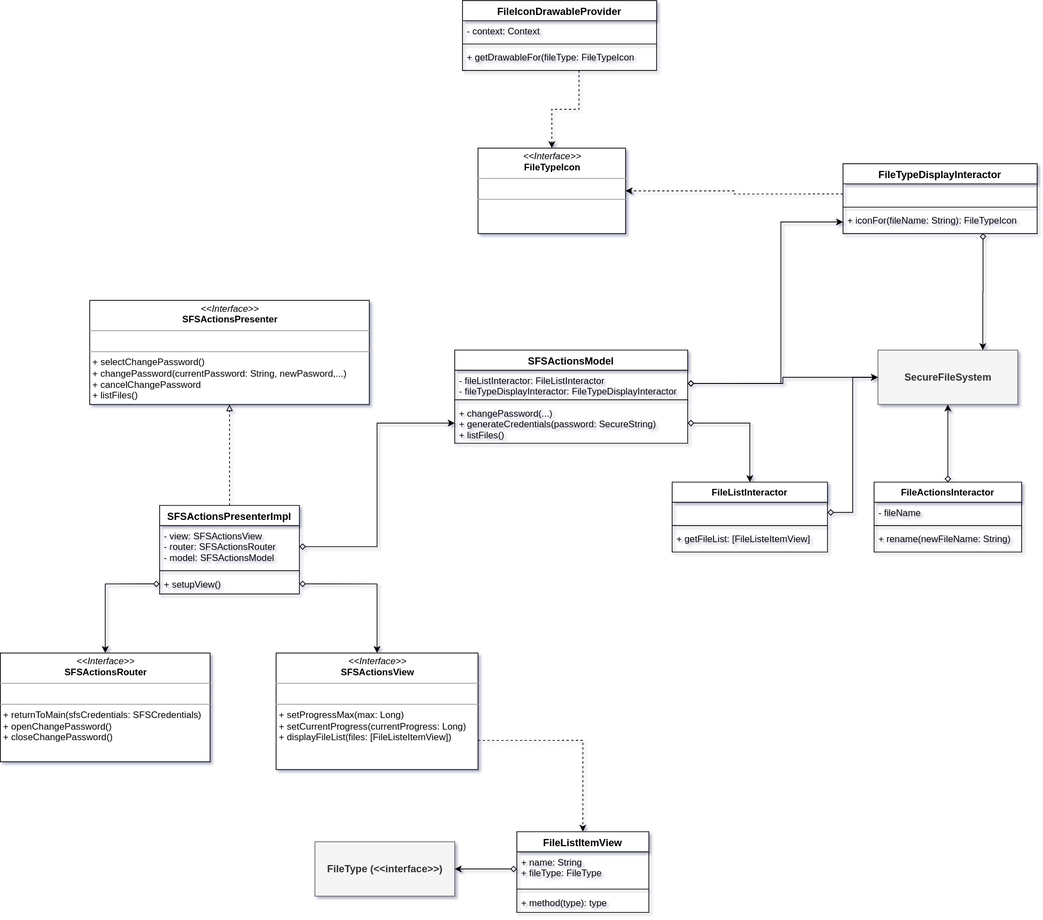
Earlier version of the draw.io export documentation/resource/SFS-File Explorer Participants.svg (kevinvandenbreemen/android-file-vault). Source tidied: cells renumbered, new cells last; positions are measured from the earlier drawing's top-left corner, leaving out a move shared by most shapes.
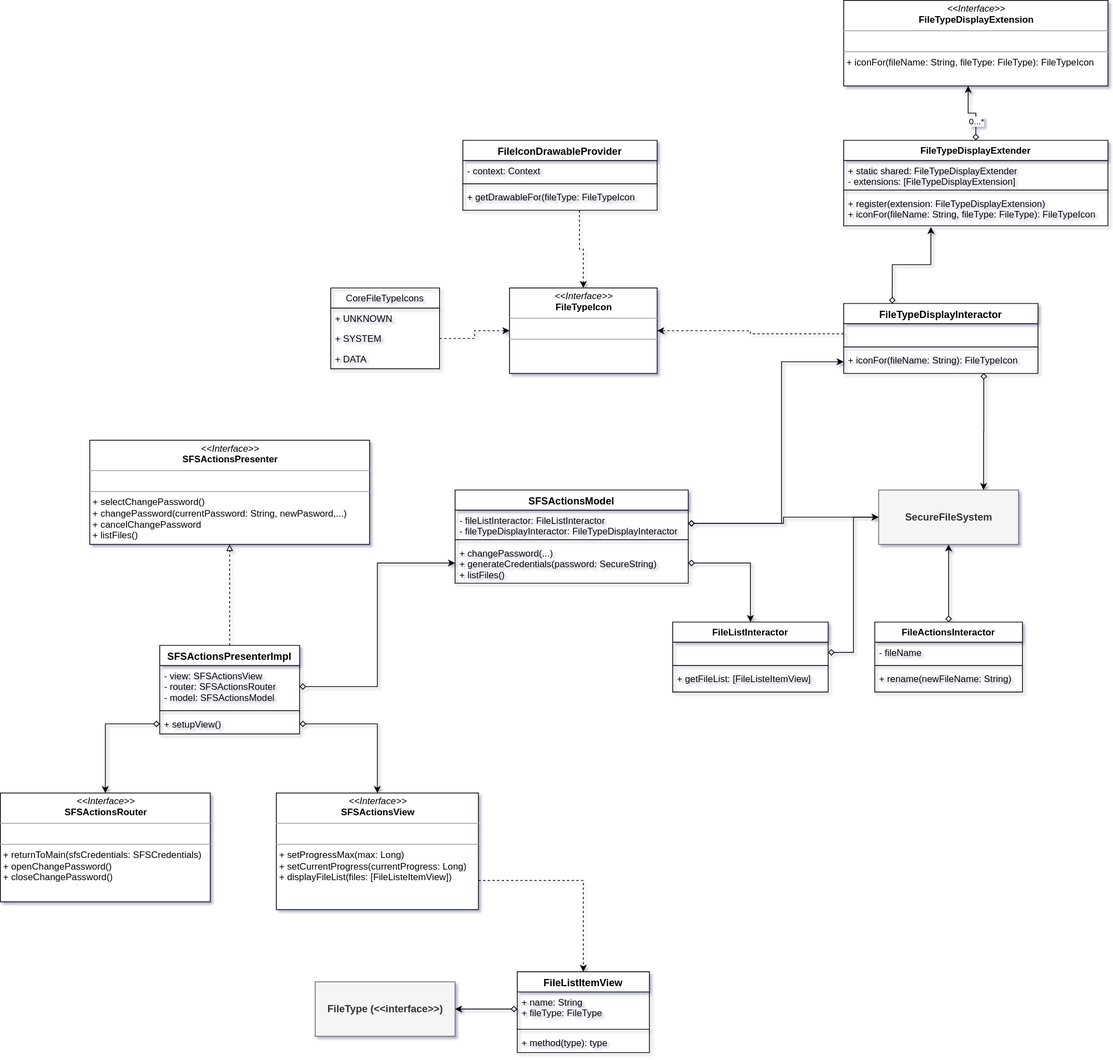
Later version of the same file.

Change to the diagram source:
```diff
@@ -96,7 +96,7 @@
       <mxGeometry relative="1" as="geometry" />
     </mxCell>
     <mxCell id="33" value="&lt;p style=&quot;margin: 0px ; margin-top: 4px ; text-align: center&quot;&gt;&lt;i&gt;&amp;lt;&amp;lt;Interface&amp;gt;&amp;gt;&lt;/i&gt;&lt;br&gt;&lt;b&gt;FileTypeIcon&lt;/b&gt;&lt;/p&gt;&lt;hr size=&quot;1&quot;&gt;&lt;p style=&quot;margin: 0px ; margin-left: 4px&quot;&gt;&lt;br&gt;&lt;/p&gt;&lt;hr size=&quot;1&quot;&gt;&lt;p style=&quot;margin: 0px ; margin-left: 4px&quot;&gt;&lt;br&gt;&lt;/p&gt;" style="verticalAlign=top;align=left;overflow=fill;fontSize=12;fontFamily=Helvetica;html=1;" parent="1" vertex="1">
-      <mxGeometry x="615" y="190" width="190" height="110" as="geometry" />
+      <mxGeometry x="655" y="190" width="190" height="110" as="geometry" />
     </mxCell>
     <mxCell id="34" style="edgeStyle=orthogonalEdgeStyle;rounded=0;jettySize=auto;html=1;exitX=0;exitY=0.5;exitDx=0;exitDy=0;entryX=1;entryY=0.5;entryDx=0;entryDy=0;dashed=1;startArrow=none;startFill=0;endArrow=classic;endFill=1;fontSize=13;" parent="1" edge="1" source="42" target="33">
       <mxGeometry relative="1" as="geometry" />
@@ -119,6 +119,14 @@
     <mxCell id="40" style="edgeStyle=orthogonalEdgeStyle;rounded=0;jettySize=auto;html=1;exitX=0.721;exitY=0.987;exitDx=0;exitDy=0;entryX=0.75;entryY=0;entryDx=0;entryDy=0;startArrow=diamond;startFill=0;endArrow=classic;endFill=1;fontSize=13;exitPerimeter=0;" parent="1" edge="1" source="44" target="3">
       <mxGeometry relative="1" as="geometry" />
     </mxCell>
+    <mxCell id="50" style="edgeStyle=orthogonalEdgeStyle;rounded=0;jettySize=auto;html=1;exitX=0.25;exitY=0;exitDx=0;exitDy=0;entryX=0.33;entryY=1.038;entryDx=0;entryDy=0;entryPerimeter=0;startArrow=diamond;startFill=0;" parent="1" edge="1" source="41" target="62">
+      <mxGeometry relative="1" as="geometry">
+        <Array as="points">
+          <mxPoint x="1147" y="160" />
+          <mxPoint x="1197" y="160" />
+        </Array>
+      </mxGeometry>
+    </mxCell>
     <mxCell id="41" value="FileTypeDisplayInteractor" style="swimlane;fontStyle=1;align=center;verticalAlign=top;horizontal=1;startSize=26;fontSize=13;" parent="1" vertex="1">
       <mxGeometry x="1085" y="210" width="250" height="90" as="geometry" />
     </mxCell>
@@ -151,5 +159,41 @@
     <mxCell id="49" value="+ changePassword(...)&#10;+ generateCredentials(password: SecureString)&#10;+ listFiles()" style="text;strokeColor=none;fillColor=none;align=left;verticalAlign=top;spacingLeft=4;spacingRight=4;overflow=hidden;points=[[0,0.5],[1,0.5]];portConstraint=eastwest;" parent="46" vertex="1">
       <mxGeometry y="68" width="300" height="52" as="geometry" />
     </mxCell>
+    <mxCell id="51" style="edgeStyle=orthogonalEdgeStyle;rounded=0;jettySize=auto;html=1;exitX=1;exitY=0.5;exitDx=0;exitDy=0;entryX=0;entryY=0.5;entryDx=0;entryDy=0;dashed=1;" parent="1" edge="1" source="54" target="33">
+      <mxGeometry relative="1" as="geometry" />
+    </mxCell>
+    <mxCell id="52" value="CoreFileTypeIcons" style="swimlane;fontStyle=0;horizontal=1;startSize=26;fillColor=none;" parent="1" vertex="1">
+      <mxGeometry x="425" y="190" width="140" height="104" as="geometry" />
+    </mxCell>
+    <mxCell id="53" value="+ UNKNOWN" style="text;strokeColor=none;fillColor=none;align=left;verticalAlign=top;spacingLeft=4;spacingRight=4;overflow=hidden;" parent="52" vertex="1">
+      <mxGeometry y="26" width="140" height="26" as="geometry" />
+    </mxCell>
+    <mxCell id="54" value="+ SYSTEM" style="text;strokeColor=none;fillColor=none;align=left;verticalAlign=top;spacingLeft=4;spacingRight=4;overflow=hidden;points=[[0,0.5],[1,0.5]];portConstraint=eastwest;" parent="52" vertex="1">
+      <mxGeometry y="52" width="140" height="26" as="geometry" />
+    </mxCell>
+    <mxCell id="55" value="+ DATA" style="text;strokeColor=none;fillColor=none;align=left;verticalAlign=top;spacingLeft=4;spacingRight=4;overflow=hidden;" parent="52" vertex="1">
+      <mxGeometry y="78" width="140" height="26" as="geometry" />
+    </mxCell>
+    <mxCell id="56" style="edgeStyle=orthogonalEdgeStyle;rounded=0;jettySize=auto;html=1;exitX=0.5;exitY=0;exitDx=0;exitDy=0;entryX=0.471;entryY=1;entryDx=0;entryDy=0;entryPerimeter=0;startArrow=diamond;startFill=0;" parent="1" edge="1" source="59" target="58">
+      <mxGeometry relative="1" as="geometry" />
+    </mxCell>
+    <mxCell id="57" value="0...*" style="edgeLabel;html=1;align=center;verticalAlign=middle;" parent="56" vertex="1">
+      <mxGeometry x="-0.39" relative="1" as="geometry" />
+    </mxCell>
+    <mxCell id="58" value="&lt;p style=&quot;margin: 0px ; margin-top: 4px ; text-align: center&quot;&gt;&lt;i&gt;&amp;lt;&amp;lt;Interface&amp;gt;&amp;gt;&lt;/i&gt;&lt;br&gt;&lt;b&gt;FileTypeDisplayExtension&lt;/b&gt;&lt;/p&gt;&lt;hr size=&quot;1&quot;&gt;&lt;p style=&quot;margin: 0px ; margin-left: 4px&quot;&gt;&lt;br&gt;&lt;/p&gt;&lt;hr size=&quot;1&quot;&gt;&lt;p style=&quot;margin: 0px ; margin-left: 4px&quot;&gt;+ iconFor(fileName: String, fileType: FileType): FileTypeIcon&lt;/p&gt;" style="verticalAlign=top;align=left;overflow=fill;fontSize=12;fontFamily=Helvetica;html=1;" parent="1" vertex="1">
+      <mxGeometry x="1085" y="-180" width="340" height="110" as="geometry" />
+    </mxCell>
+    <mxCell id="59" value="FileTypeDisplayExtender" style="swimlane;fontStyle=1;align=center;verticalAlign=top;horizontal=1;startSize=26;" parent="1" vertex="1">
+      <mxGeometry x="1085" width="340" height="110" as="geometry" />
+    </mxCell>
+    <mxCell id="60" value="+ static shared: FileTypeDisplayExtender&#10;- extensions: [FileTypeDisplayExtension]" style="text;strokeColor=none;fillColor=none;align=left;verticalAlign=top;spacingLeft=4;spacingRight=4;overflow=hidden;" parent="59" vertex="1">
+      <mxGeometry y="26" width="340" height="34" as="geometry" />
+    </mxCell>
+    <mxCell id="61" style="line;strokeWidth=1;fillColor=none;align=left;verticalAlign=middle;spacingTop=-1;spacingLeft=3;spacingRight=3;labelPosition=right;" parent="59" vertex="1">
+      <mxGeometry y="60" width="340" height="8" as="geometry" />
+    </mxCell>
+    <mxCell id="62" value="+ register(extension: FileTypeDisplayExtension)&#10;+ iconFor(fileName: String, fileType: FileType): FileTypeIcon" style="text;strokeColor=none;fillColor=none;align=left;verticalAlign=top;spacingLeft=4;spacingRight=4;overflow=hidden;points=[[0,0.5],[1,0.5]];portConstraint=eastwest;" parent="59" vertex="1">
+      <mxGeometry y="68" width="340" height="42" as="geometry" />
+    </mxCell>
   </root>
 </mxGraphModel>
```
